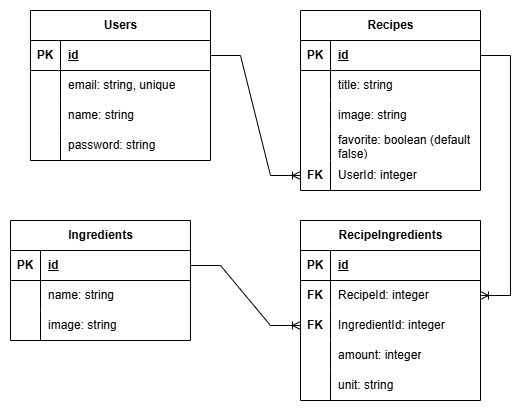
Before: server/erd/iProject_schema.png, a diagram exported from draw.io (fathanabds/IP-RMT54). Source tidied: cells renumbered, new cells last; positions are measured from the earlier drawing's top-left corner, leaving out a move shared by most shapes.
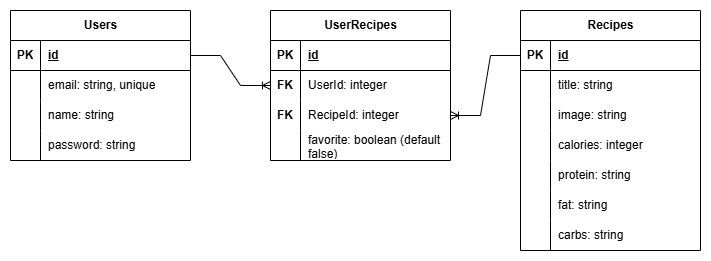
After the commit.

Commit message:
chore: revisi erd, migrations, dan models

What changed in the source:
```diff
@@ -3,7 +3,7 @@
     <mxCell id="0" />
     <mxCell id="1" parent="0" />
     <mxCell id="2" value="Users" style="shape=table;startSize=30;rowLines=0;fontStyle=1;align=center;html=1;" parent="1" vertex="1">
-      <mxGeometry x="20" width="180" height="150" as="geometry" />
+      <mxGeometry x="-60" width="180" height="150" as="geometry" />
     </mxCell>
     <mxCell id="3" style="shape=tableRow;horizontal=0;startSize=0;swimlaneHead=0;swimlaneBody=0;fillColor=none;points=[[0,0.5],[1,0.5]];portConstraint=eastwest;top=0;left=0;right=0;bottom=1;" parent="2" vertex="1">
       <mxGeometry y="30" width="180" height="30" as="geometry" />
@@ -42,7 +42,7 @@
       <mxGeometry x="30" width="150" height="30" as="geometry" />
     </mxCell>
     <mxCell id="15" value="Recipes" style="shape=table;startSize=30;rowLines=0;fontStyle=1;align=center;html=1;" parent="1" vertex="1">
-      <mxGeometry x="290" width="180" height="180" as="geometry" />
+      <mxGeometry x="450" width="180" height="240" as="geometry" />
     </mxCell>
     <mxCell id="16" style="shape=tableRow;horizontal=0;startSize=0;swimlaneHead=0;swimlaneBody=0;fillColor=none;points=[[0,0.5],[1,0.5]];portConstraint=eastwest;top=0;left=0;right=0;bottom=1;" parent="15" vertex="1">
       <mxGeometry y="30" width="180" height="30" as="geometry" />
@@ -71,110 +71,91 @@
     <mxCell id="24" value="image: string" style="shape=partialRectangle;fillColor=none;top=0;left=0;bottom=0;right=0;align=left;spacingLeft=6;overflow=hidden;whiteSpace=wrap;html=1;" parent="22" vertex="1">
       <mxGeometry x="30" width="150" height="30" as="geometry" />
     </mxCell>
-    <mxCell id="25" style="shape=tableRow;horizontal=0;startSize=0;swimlaneHead=0;swimlaneBody=0;fillColor=none;top=0;left=0;right=0;bottom=0;" parent="15" vertex="1">
-      <mxGeometry y="120" width="180" height="30" as="geometry" />
-    </mxCell>
-    <mxCell id="26" style="shape=partialRectangle;fillColor=none;top=0;left=0;bottom=0;right=0;overflow=hidden;whiteSpace=wrap;html=1;" parent="25" vertex="1">
-      <mxGeometry width="30" height="30" as="geometry" />
-    </mxCell>
+    <mxCell id="60" style="shape=tableRow;horizontal=0;startSize=0;swimlaneHead=0;swimlaneBody=0;fillColor=none;top=0;left=0;right=0;bottom=0;" parent="15" vertex="1">
+      <mxGeometry y="120" width="180" height="30" as="geometry" />
+    </mxCell>
+    <mxCell id="61" style="shape=partialRectangle;fillColor=none;top=0;left=0;bottom=0;right=0;overflow=hidden;whiteSpace=wrap;html=1;" parent="60" vertex="1">
+      <mxGeometry width="30" height="30" as="geometry" />
+    </mxCell>
+    <mxCell id="62" value="calories: integer" style="shape=partialRectangle;fillColor=none;top=0;left=0;bottom=0;right=0;align=left;spacingLeft=6;overflow=hidden;whiteSpace=wrap;html=1;" parent="60" vertex="1">
+      <mxGeometry x="30" width="150" height="30" as="geometry" />
+    </mxCell>
+    <mxCell id="63" style="shape=tableRow;horizontal=0;startSize=0;swimlaneHead=0;swimlaneBody=0;fillColor=none;top=0;left=0;right=0;bottom=0;" parent="15" vertex="1">
+      <mxGeometry y="150" width="180" height="30" as="geometry" />
+    </mxCell>
+    <mxCell id="64" style="shape=partialRectangle;fillColor=none;top=0;left=0;bottom=0;right=0;overflow=hidden;whiteSpace=wrap;html=1;" parent="63" vertex="1">
+      <mxGeometry width="30" height="30" as="geometry" />
+    </mxCell>
+    <mxCell id="65" value="protein: string" style="shape=partialRectangle;fillColor=none;top=0;left=0;bottom=0;right=0;align=left;spacingLeft=6;overflow=hidden;whiteSpace=wrap;html=1;" parent="63" vertex="1">
+      <mxGeometry x="30" width="150" height="30" as="geometry" />
+    </mxCell>
+    <mxCell id="66" style="shape=tableRow;horizontal=0;startSize=0;swimlaneHead=0;swimlaneBody=0;fillColor=none;top=0;left=0;right=0;bottom=0;" parent="15" vertex="1">
+      <mxGeometry y="180" width="180" height="30" as="geometry" />
+    </mxCell>
+    <mxCell id="67" style="shape=partialRectangle;fillColor=none;top=0;left=0;bottom=0;right=0;overflow=hidden;whiteSpace=wrap;html=1;" parent="66" vertex="1">
+      <mxGeometry width="30" height="30" as="geometry" />
+    </mxCell>
+    <mxCell id="68" value="fat: string" style="shape=partialRectangle;fillColor=none;top=0;left=0;bottom=0;right=0;align=left;spacingLeft=6;overflow=hidden;whiteSpace=wrap;html=1;" parent="66" vertex="1">
+      <mxGeometry x="30" width="150" height="30" as="geometry" />
+    </mxCell>
+    <mxCell id="69" style="shape=tableRow;horizontal=0;startSize=0;swimlaneHead=0;swimlaneBody=0;fillColor=none;top=0;left=0;right=0;bottom=0;" parent="15" vertex="1">
+      <mxGeometry y="210" width="180" height="30" as="geometry" />
+    </mxCell>
+    <mxCell id="70" style="shape=partialRectangle;fillColor=none;top=0;left=0;bottom=0;right=0;overflow=hidden;whiteSpace=wrap;html=1;" parent="69" vertex="1">
+      <mxGeometry width="30" height="30" as="geometry" />
+    </mxCell>
+    <mxCell id="71" value="carbs: string" style="shape=partialRectangle;fillColor=none;top=0;left=0;bottom=0;right=0;align=left;spacingLeft=6;overflow=hidden;whiteSpace=wrap;html=1;" parent="69" vertex="1">
+      <mxGeometry x="30" width="150" height="30" as="geometry" />
+    </mxCell>
+    <mxCell id="59" style="edgeStyle=entityRelationEdgeStyle;fontSize=12;html=1;endArrow=ERoneToMany;rounded=0;exitX=1;exitY=0.5;exitDx=0;exitDy=0;entryX=0;entryY=0.5;entryDx=0;entryDy=0;" parent="1" edge="1" target="x">
+      <mxGeometry relative="1" as="geometry">
+        <mxPoint x="180" y="255" as="sourcePoint" />
+      </mxGeometry>
+    </mxCell>
+    <mxCell id="72" value="UserRecipes" style="shape=table;startSize=30;rowLines=0;fontStyle=1;align=center;html=1;" parent="1" vertex="1">
+      <mxGeometry x="200" width="180" height="150" as="geometry" />
+    </mxCell>
+    <mxCell id="73" style="shape=tableRow;horizontal=0;startSize=0;swimlaneHead=0;swimlaneBody=0;fillColor=none;top=0;left=0;right=0;bottom=1;" parent="72" vertex="1">
+      <mxGeometry y="30" width="180" height="30" as="geometry" />
+    </mxCell>
+    <mxCell id="74" value="PK" style="shape=partialRectangle;fillColor=none;top=0;left=0;bottom=0;right=0;fontStyle=1;overflow=hidden;whiteSpace=wrap;html=1;" parent="73" vertex="1">
+      <mxGeometry width="30" height="30" as="geometry" />
+    </mxCell>
+    <mxCell id="75" value="id" style="shape=partialRectangle;fillColor=none;top=0;left=0;bottom=0;right=0;align=left;spacingLeft=6;fontStyle=5;overflow=hidden;whiteSpace=wrap;html=1;" parent="73" vertex="1">
+      <mxGeometry x="30" width="150" height="30" as="geometry" />
+    </mxCell>
+    <mxCell id="76" style="shape=tableRow;horizontal=0;startSize=0;swimlaneHead=0;swimlaneBody=0;fillColor=none;points=[[0,0.5],[1,0.5]];portConstraint=eastwest;top=0;left=0;right=0;bottom=0;" parent="72" vertex="1">
+      <mxGeometry y="60" width="180" height="30" as="geometry" />
+    </mxCell>
+    <mxCell id="77" value="FK" style="shape=partialRectangle;fillColor=none;top=0;left=0;bottom=0;right=0;overflow=hidden;whiteSpace=wrap;html=1;fontStyle=1;" parent="76" vertex="1">
+      <mxGeometry width="30" height="30" as="geometry" />
+    </mxCell>
+    <mxCell id="30" value="UserId: integer" style="shape=partialRectangle;fillColor=none;top=0;left=0;bottom=0;right=0;align=left;spacingLeft=6;overflow=hidden;whiteSpace=wrap;html=1;" parent="76" vertex="1">
+      <mxGeometry x="30" width="150" height="30" as="geometry" />
+    </mxCell>
+    <mxCell id="78" style="shape=tableRow;horizontal=0;startSize=0;swimlaneHead=0;swimlaneBody=0;fillColor=none;points=[[0,0.5],[1,0.5]];portConstraint=eastwest;top=0;left=0;right=0;bottom=0;" parent="72" vertex="1">
+      <mxGeometry y="90" width="180" height="30" as="geometry" />
+    </mxCell>
+    <mxCell id="29" value="&lt;b&gt;FK&lt;/b&gt;" style="shape=partialRectangle;fillColor=none;top=0;left=0;bottom=0;right=0;overflow=hidden;whiteSpace=wrap;html=1;" parent="78" vertex="1">
+      <mxGeometry width="30" height="30" as="geometry" />
+    </mxCell>
+    <mxCell id="48" value="RecipeId: integer" style="shape=partialRectangle;fillColor=none;top=0;left=0;bottom=0;right=0;align=left;spacingLeft=6;overflow=hidden;whiteSpace=wrap;html=1;" parent="78" vertex="1">
+      <mxGeometry x="30" width="150" height="30" as="geometry" />
+    </mxCell>
+    <mxCell id="79" style="shape=tableRow;horizontal=0;startSize=0;swimlaneHead=0;swimlaneBody=0;fillColor=none;top=0;left=0;right=0;bottom=0;" parent="72" vertex="1">
+      <mxGeometry y="120" width="180" height="30" as="geometry" />
+    </mxCell>
+    <mxCell id="80" style="shape=partialRectangle;fillColor=none;top=0;left=0;bottom=0;right=0;overflow=hidden;whiteSpace=wrap;html=1;" parent="79" vertex="1">
+      <mxGeometry width="30" height="30" as="geometry" />
+    </mxCell>
-    <mxCell id="27" value="favorite: boolean (default false)" style="shape=partialRectangle;fillColor=none;top=0;left=0;bottom=0;right=0;align=left;spacingLeft=6;overflow=hidden;whiteSpace=wrap;html=1;" parent="25" vertex="1">
+    <mxCell id="27" value="favorite: boolean (default false)" style="shape=partialRectangle;fillColor=none;top=0;left=0;bottom=0;right=0;align=left;spacingLeft=6;overflow=hidden;whiteSpace=wrap;html=1;" parent="79" vertex="1">
       <mxGeometry x="30" width="150" height="30" as="geometry" />
     </mxCell>
-    <mxCell id="28" style="shape=tableRow;horizontal=0;startSize=0;swimlaneHead=0;swimlaneBody=0;fillColor=none;points=[[0,0.5],[1,0.5]];portConstraint=eastwest;top=0;left=0;right=0;bottom=0;" parent="15" vertex="1">
-      <mxGeometry y="150" width="180" height="30" as="geometry" />
-    </mxCell>
-    <mxCell id="29" value="&lt;b&gt;FK&lt;/b&gt;" style="shape=partialRectangle;fillColor=none;top=0;left=0;bottom=0;right=0;overflow=hidden;whiteSpace=wrap;html=1;" parent="28" vertex="1">
-      <mxGeometry width="30" height="30" as="geometry" />
-    </mxCell>
-    <mxCell id="30" value="UserId: integer" style="shape=partialRectangle;fillColor=none;top=0;left=0;bottom=0;right=0;align=left;spacingLeft=6;overflow=hidden;whiteSpace=wrap;html=1;" parent="28" vertex="1">
-      <mxGeometry x="30" width="150" height="30" as="geometry" />
-    </mxCell>
-    <mxCell id="31" style="edgeStyle=entityRelationEdgeStyle;fontSize=12;html=1;endArrow=ERoneToMany;rounded=0;exitX=1;exitY=0.5;exitDx=0;exitDy=0;entryX=0;entryY=0.5;entryDx=0;entryDy=0;" parent="1" edge="1" source="3" target="28">
-      <mxGeometry relative="1" as="geometry" />
-    </mxCell>
-    <mxCell id="32" value="Ingredients" style="shape=table;startSize=30;rowLines=0;fontStyle=1;align=center;html=1;" parent="1" vertex="1">
-      <mxGeometry y="210" width="180" height="120" as="geometry" />
-    </mxCell>
-    <mxCell id="33" style="shape=tableRow;horizontal=0;startSize=0;swimlaneHead=0;swimlaneBody=0;fillColor=none;points=[[0,0.5],[1,0.5]];portConstraint=eastwest;top=0;left=0;right=0;bottom=1;" parent="32" vertex="1">
-      <mxGeometry y="30" width="180" height="30" as="geometry" />
-    </mxCell>
-    <mxCell id="34" value="PK" style="shape=partialRectangle;fillColor=none;top=0;left=0;bottom=0;right=0;fontStyle=1;overflow=hidden;whiteSpace=wrap;html=1;" parent="33" vertex="1">
-      <mxGeometry width="30" height="30" as="geometry" />
-    </mxCell>
-    <mxCell id="35" value="id" style="shape=partialRectangle;fillColor=none;top=0;left=0;bottom=0;right=0;align=left;spacingLeft=6;fontStyle=5;overflow=hidden;whiteSpace=wrap;html=1;" parent="33" vertex="1">
-      <mxGeometry x="30" width="150" height="30" as="geometry" />
-    </mxCell>
-    <mxCell id="36" style="shape=tableRow;horizontal=0;startSize=0;swimlaneHead=0;swimlaneBody=0;fillColor=none;top=0;left=0;right=0;bottom=0;" parent="32" vertex="1">
-      <mxGeometry y="60" width="180" height="30" as="geometry" />
-    </mxCell>
-    <mxCell id="37" style="shape=partialRectangle;fillColor=none;top=0;left=0;bottom=0;right=0;overflow=hidden;whiteSpace=wrap;html=1;" parent="36" vertex="1">
-      <mxGeometry width="30" height="30" as="geometry" />
-    </mxCell>
-    <mxCell id="38" value="name: string" style="shape=partialRectangle;fillColor=none;top=0;left=0;bottom=0;right=0;align=left;spacingLeft=6;overflow=hidden;whiteSpace=wrap;html=1;" parent="36" vertex="1">
-      <mxGeometry x="30" width="150" height="30" as="geometry" />
-    </mxCell>
-    <mxCell id="39" style="shape=tableRow;horizontal=0;startSize=0;swimlaneHead=0;swimlaneBody=0;fillColor=none;top=0;left=0;right=0;bottom=0;" parent="32" vertex="1">
-      <mxGeometry y="90" width="180" height="30" as="geometry" />
-    </mxCell>
-    <mxCell id="40" style="shape=partialRectangle;fillColor=none;top=0;left=0;bottom=0;right=0;overflow=hidden;whiteSpace=wrap;html=1;" parent="39" vertex="1">
-      <mxGeometry width="30" height="30" as="geometry" />
-    </mxCell>
-    <mxCell id="41" value="image: string" style="shape=partialRectangle;fillColor=none;top=0;left=0;bottom=0;right=0;align=left;spacingLeft=6;overflow=hidden;whiteSpace=wrap;html=1;" parent="39" vertex="1">
-      <mxGeometry x="30" width="150" height="30" as="geometry" />
-    </mxCell>
-    <mxCell id="42" value="RecipeIngredients" style="shape=table;startSize=30;rowLines=0;fontStyle=1;align=center;html=1;" parent="1" vertex="1">
-      <mxGeometry x="290" y="210" width="180" height="180" as="geometry" />
-    </mxCell>
-    <mxCell id="43" style="shape=tableRow;horizontal=0;startSize=0;swimlaneHead=0;swimlaneBody=0;fillColor=none;top=0;left=0;right=0;bottom=1;" parent="42" vertex="1">
-      <mxGeometry y="30" width="180" height="30" as="geometry" />
-    </mxCell>
-    <mxCell id="44" value="PK" style="shape=partialRectangle;fillColor=none;top=0;left=0;bottom=0;right=0;fontStyle=1;overflow=hidden;whiteSpace=wrap;html=1;" parent="43" vertex="1">
-      <mxGeometry width="30" height="30" as="geometry" />
-    </mxCell>
-    <mxCell id="45" value="id" style="shape=partialRectangle;fillColor=none;top=0;left=0;bottom=0;right=0;align=left;spacingLeft=6;fontStyle=5;overflow=hidden;whiteSpace=wrap;html=1;" parent="43" vertex="1">
-      <mxGeometry x="30" width="150" height="30" as="geometry" />
-    </mxCell>
-    <mxCell id="46" style="shape=tableRow;horizontal=0;startSize=0;swimlaneHead=0;swimlaneBody=0;fillColor=none;points=[[0,0.5],[1,0.5]];portConstraint=eastwest;top=0;left=0;right=0;bottom=0;" parent="42" vertex="1">
-      <mxGeometry y="60" width="180" height="30" as="geometry" />
-    </mxCell>
-    <mxCell id="47" value="FK" style="shape=partialRectangle;fillColor=none;top=0;left=0;bottom=0;right=0;overflow=hidden;whiteSpace=wrap;html=1;fontStyle=1;" parent="46" vertex="1">
-      <mxGeometry width="30" height="30" as="geometry" />
-    </mxCell>
-    <mxCell id="48" value="RecipeId: integer" style="shape=partialRectangle;fillColor=none;top=0;left=0;bottom=0;right=0;align=left;spacingLeft=6;overflow=hidden;whiteSpace=wrap;html=1;" parent="46" vertex="1">
-      <mxGeometry x="30" width="150" height="30" as="geometry" />
-    </mxCell>
-    <mxCell id="49" style="shape=tableRow;horizontal=0;startSize=0;swimlaneHead=0;swimlaneBody=0;fillColor=none;points=[[0,0.5],[1,0.5]];portConstraint=eastwest;top=0;left=0;right=0;bottom=0;" parent="42" vertex="1">
-      <mxGeometry y="90" width="180" height="30" as="geometry" />
-    </mxCell>
-    <mxCell id="50" value="FK" style="shape=partialRectangle;fillColor=none;top=0;left=0;bottom=0;right=0;overflow=hidden;whiteSpace=wrap;html=1;fontStyle=1;" parent="49" vertex="1">
-      <mxGeometry width="30" height="30" as="geometry" />
-    </mxCell>
-    <mxCell id="51" value="IngredientId: integer" style="shape=partialRectangle;fillColor=none;top=0;left=0;bottom=0;right=0;align=left;spacingLeft=6;overflow=hidden;whiteSpace=wrap;html=1;" parent="49" vertex="1">
-      <mxGeometry x="30" width="150" height="30" as="geometry" />
-    </mxCell>
-    <mxCell id="52" style="shape=tableRow;horizontal=0;startSize=0;swimlaneHead=0;swimlaneBody=0;fillColor=none;top=0;left=0;right=0;bottom=0;" parent="42" vertex="1">
-      <mxGeometry y="120" width="180" height="30" as="geometry" />
-    </mxCell>
-    <mxCell id="53" style="shape=partialRectangle;fillColor=none;top=0;left=0;bottom=0;right=0;overflow=hidden;whiteSpace=wrap;html=1;" parent="52" vertex="1">
-      <mxGeometry width="30" height="30" as="geometry" />
-    </mxCell>
-    <mxCell id="54" value="amount: integer" style="shape=partialRectangle;fillColor=none;top=0;left=0;bottom=0;right=0;align=left;spacingLeft=6;overflow=hidden;whiteSpace=wrap;html=1;" parent="52" vertex="1">
-      <mxGeometry x="30" width="150" height="30" as="geometry" />
-    </mxCell>
-    <mxCell id="55" style="shape=tableRow;horizontal=0;startSize=0;swimlaneHead=0;swimlaneBody=0;fillColor=none;top=0;left=0;right=0;bottom=0;" parent="42" vertex="1">
-      <mxGeometry y="150" width="180" height="30" as="geometry" />
-    </mxCell>
-    <mxCell id="56" style="shape=partialRectangle;fillColor=none;top=0;left=0;bottom=0;right=0;overflow=hidden;whiteSpace=wrap;html=1;" parent="55" vertex="1">
-      <mxGeometry width="30" height="30" as="geometry" />
-    </mxCell>
-    <mxCell id="57" value="unit: string" style="shape=partialRectangle;fillColor=none;top=0;left=0;bottom=0;right=0;align=left;spacingLeft=6;overflow=hidden;whiteSpace=wrap;html=1;" parent="55" vertex="1">
-      <mxGeometry x="30" width="150" height="30" as="geometry" />
-    </mxCell>
-    <mxCell id="58" style="edgeStyle=entityRelationEdgeStyle;fontSize=12;html=1;endArrow=ERoneToMany;rounded=0;exitX=1;exitY=0.5;exitDx=0;exitDy=0;entryX=1;entryY=0.5;entryDx=0;entryDy=0;" parent="1" edge="1" source="16" target="46">
-      <mxGeometry relative="1" as="geometry" />
-    </mxCell>
-    <mxCell id="59" style="edgeStyle=entityRelationEdgeStyle;fontSize=12;html=1;endArrow=ERoneToMany;rounded=0;exitX=1;exitY=0.5;exitDx=0;exitDy=0;entryX=0;entryY=0.5;entryDx=0;entryDy=0;" parent="1" edge="1" source="33" target="49">
-      <mxGeometry relative="1" as="geometry" />
-    </mxCell>
+    <mxCell id="81" style="edgeStyle=entityRelationEdgeStyle;fontSize=12;html=1;endArrow=ERoneToMany;rounded=0;exitX=1;exitY=0.5;exitDx=0;exitDy=0;entryX=0;entryY=0.5;entryDx=0;entryDy=0;" parent="1" edge="1" source="3" target="76">
+      <mxGeometry relative="1" as="geometry" />
+    </mxCell>
+    <mxCell id="82" style="edgeStyle=entityRelationEdgeStyle;fontSize=12;html=1;endArrow=ERoneToMany;rounded=0;exitX=0;exitY=0.5;exitDx=0;exitDy=0;entryX=1;entryY=0.5;entryDx=0;entryDy=0;" parent="1" edge="1" source="16" target="78">
+      <mxGeometry relative="1" as="geometry" />
+    </mxCell>
   </root>
 </mxGraphModel>
```
